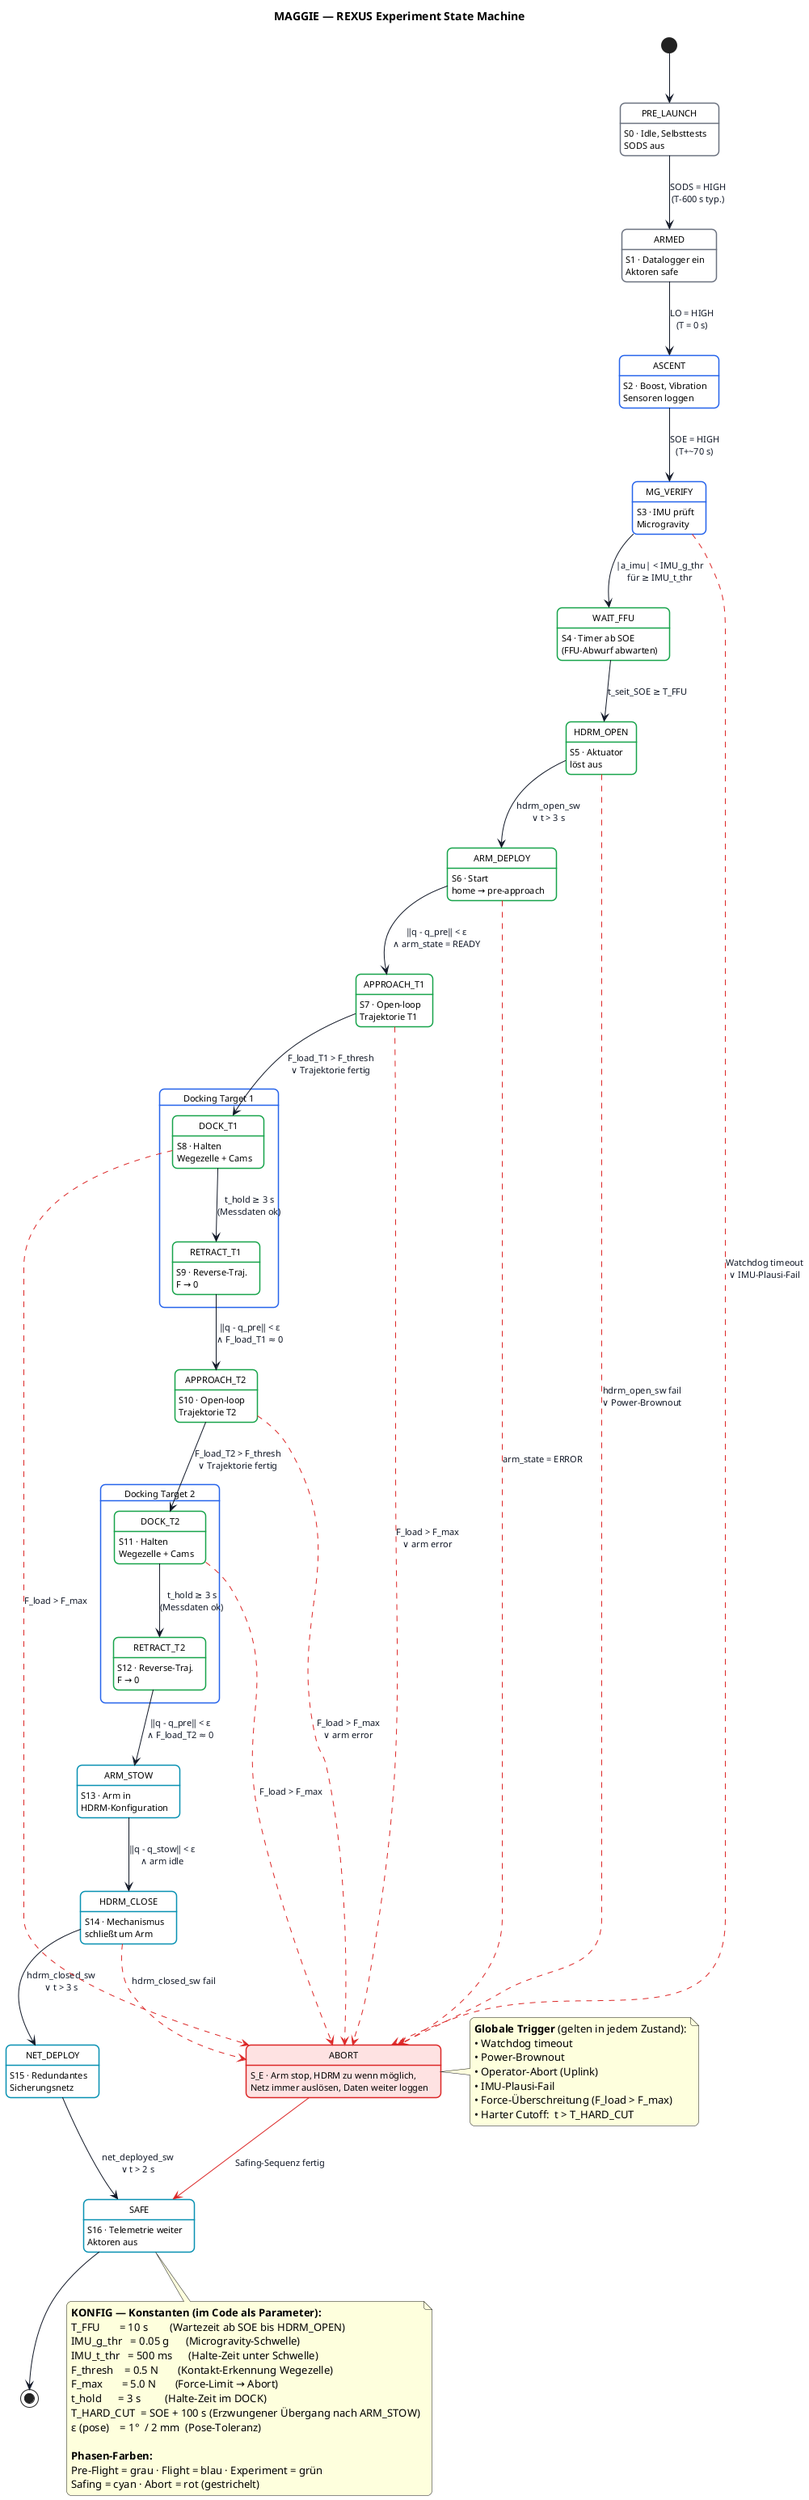
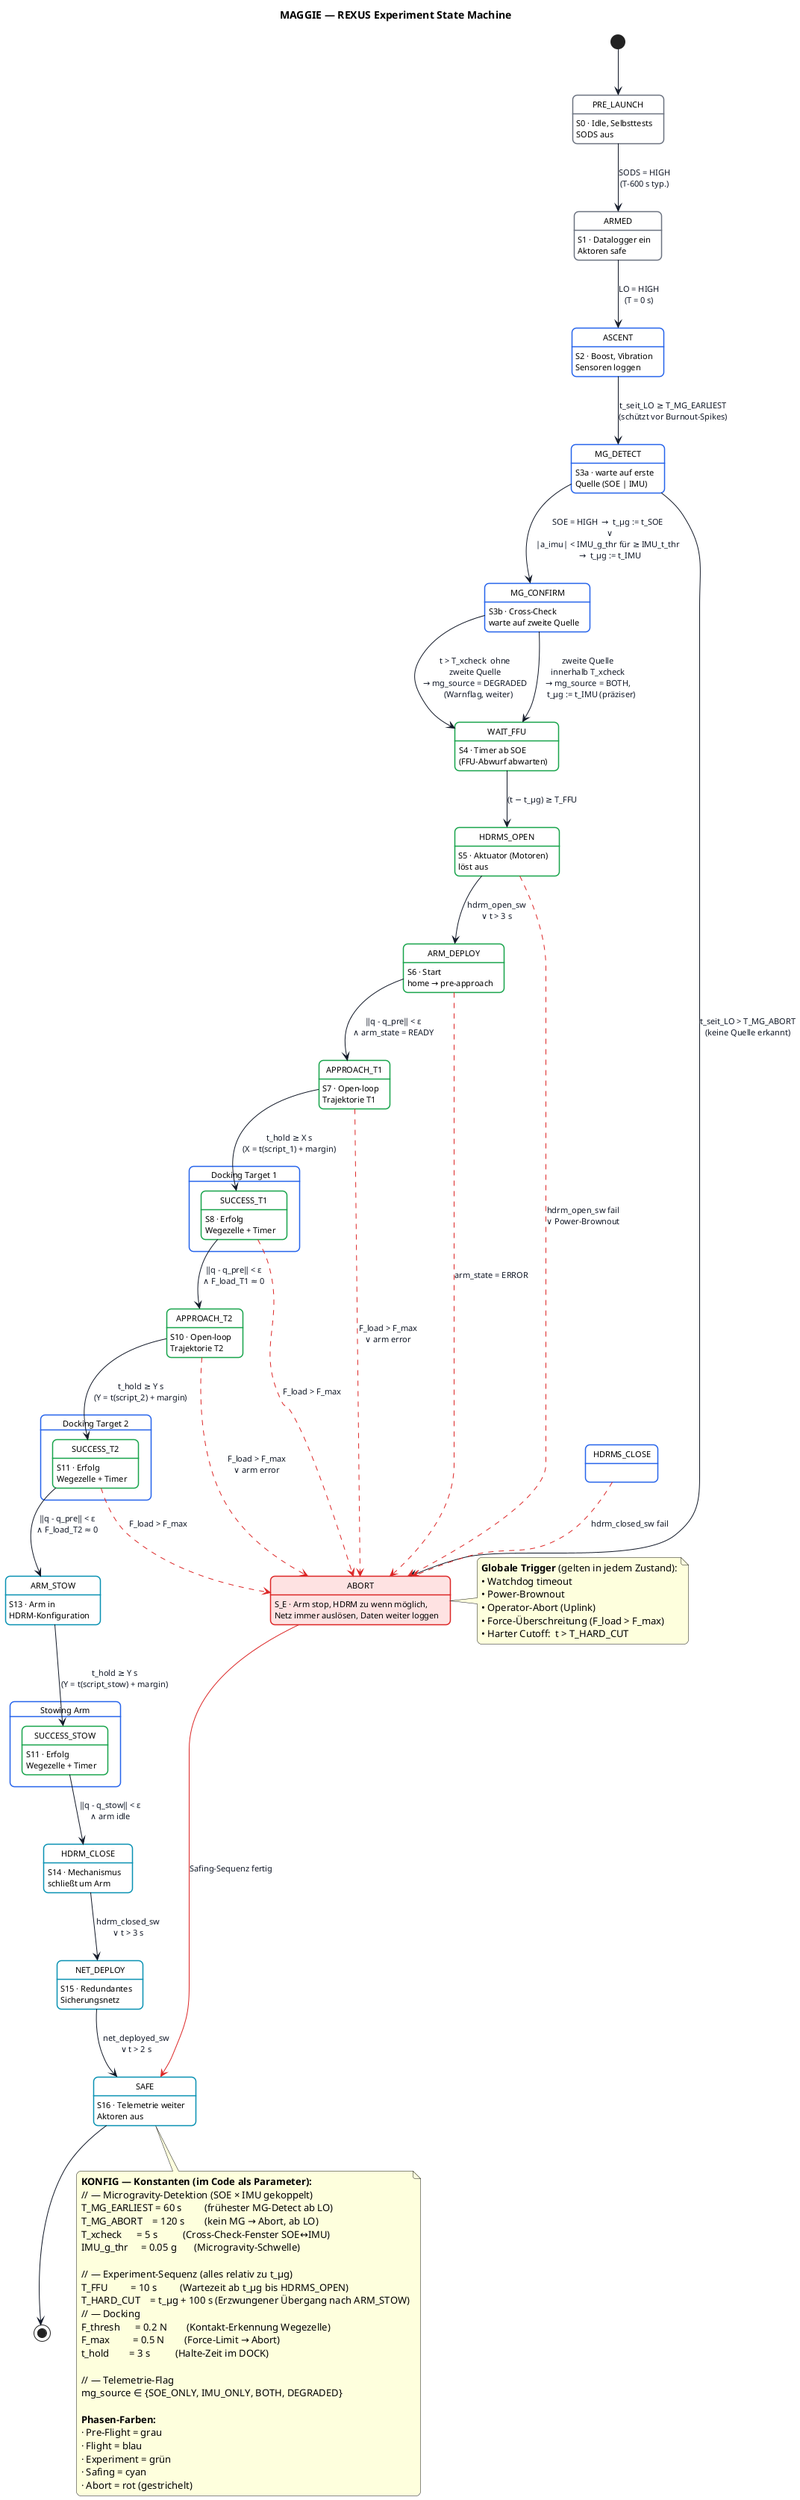
@startuml MAGGIE_RexusStateMachine
' ============================================================
'  MAGGIE — REXUS Experiment State Machine
'  Gecko-Docking, Open-Loop, Microgravity-Fenster ~120 s
'
'  Editieren:
'   - Zustände        : "state NAME <<phase>>" + Zeilen "NAME : text"
'   - Phasen-Farben   : skinparam-Block unten (Stereotypen <<pre>>,
'                       <<flight>>, <<exp>>, <<safe>>, <<abort>>)
'   - Übergänge       : Source --> Target : "Bedingung"
'   - Konstanten      : Note ganz unten (Single Source of Truth)
'   - Layout breit    : "left to right direction" einkommentieren
'
'  Rendern:
'   - VS Code   : Extension "PlantUML" (jebbs) + Java + Graphviz
'   - Online    : https://www.plantuml.com/plantuml/uml
'   - CLI       : plantuml maggie_state_machine.puml -tsvg
' ============================================================

title MAGGIE — REXUS Experiment State Machine

' ' left to right direction

' ---------- globales Styling ----------
skinparam shadowing false
skinparam roundCorner 12
skinparam state {
  FontName        "Helvetica"
  FontSize        13
  AttributeFontSize 11
  BorderThickness 1.5
  BackgroundColor White
  BorderColor     #2563eb
  ArrowColor      #111827
  ArrowFontSize   11
  ArrowFontColor  #111827
}

' ---------- Phasen-Farben über Stereotypen ----------
skinparam state {
  BorderColor<<pre>>      #6b7280
  BorderColor<<flight>>   #2563eb
  BorderColor<<exp>>      #16a34a
  BorderColor<<safe>>     #0891b2
  BorderColor<<abort>>    #dc2626
  BackgroundColor<<abort>> #FEE2E2
}

[*] --> PRE_LAUNCH

' ============================================================
'  Pre-Flight
' ============================================================
state PRE_LAUNCH <<pre>>
PRE_LAUNCH : S0 · Idle, Selbsttests
PRE_LAUNCH : SODS aus

state ARMED <<pre>>
ARMED : S1 · Datalogger ein
ARMED : Aktoren safe

PRE_LAUNCH --> ARMED  : SODS = HIGH\n(T-600 s typ.)
ARMED      --> ASCENT : LO = HIGH\n(T = 0 s)

' ============================================================
'  Flight
' ============================================================
state ASCENT <<flight>>
ASCENT : S2 · Boost, Vibration
ASCENT : Sensoren loggen

- state MG_VERIFY <<flight>>
- MG_VERIFY : S3 · IMU prüft
- MG_VERIFY : Microgravity
- 
- ASCENT    --> MG_VERIFY : SOE = HIGH\n(T+~70 s)
- MG_VERIFY --> WAIT_FFU  : |a_imu| < IMU_g_thr\nfür ≥ IMU_t_thr
+ ' MG-Detektion: SOE und IMU sind gekoppelte, redundante Quellen.
+ ' Wer zuerst feuert, setzt t_µg vorläufig. Die andere Quelle muss
+ ' innerhalb T_xcheck bestätigen. IMU-Timestamp ist physikalisch
+ ' präziser und überschreibt t_µg, sobald IMU bestätigt.
+ state MG_DETECT <<flight>>
+ MG_DETECT : S3a · warte auf erste
+ MG_DETECT : Quelle (SOE | IMU)
+ 
+ state MG_CONFIRM <<flight>>
+ MG_CONFIRM : S3b · Cross-Check
+ MG_CONFIRM : warte auf zweite Quelle
+ 
+ ASCENT     --> MG_DETECT  : t_seit_LO ≥ T_MG_EARLIEST\n(schützt vor Burnout-Spikes)
+ MG_DETECT  --> MG_CONFIRM : SOE = HIGH  →  t_µg := t_SOE\n  ∨\n|a_imu| < IMU_g_thr für ≥ IMU_t_thr\n  →  t_µg := t_IMU
+ MG_CONFIRM --> WAIT_FFU   : zweite Quelle\ninnerhalb T_xcheck\n→ mg_source = BOTH,\n   t_µg := t_IMU (präziser)
+ MG_CONFIRM --> WAIT_FFU   : t > T_xcheck  ohne\nzweite Quelle\n→ mg_source = DEGRADED\n   (Warnflag, weiter)
+ MG_DETECT  --> ABORT      : t_seit_LO > T_MG_ABORT\n(keine Quelle erkannt)

' ============================================================
'  Experiment
' ============================================================
state WAIT_FFU <<exp>>
WAIT_FFU : S4 · Timer ab SOE
WAIT_FFU : (FFU-Abwurf abwarten)

- state HDRM_OPEN <<exp>>
- HDRM_OPEN : S5 · Aktuator
- HDRM_OPEN : löst aus
+ state HDRMS_OPEN <<exp>>
+ HDRMS_OPEN : S5 · Aktuator (Motoren)
+ HDRMS_OPEN : löst aus

state ARM_DEPLOY <<exp>>
ARM_DEPLOY : S6 · Start
ARM_DEPLOY : home → pre-approach

- WAIT_FFU    --> HDRM_OPEN   : t_seit_SOE ≥ T_FFU
- HDRM_OPEN   --> ARM_DEPLOY  : hdrm_open_sw\n∨ t > 3 s
+ WAIT_FFU    --> HDRMS_OPEN   : (t − t_µg) ≥ T_FFU
+ HDRMS_OPEN   --> ARM_DEPLOY  : hdrm_open_sw\n∨ t > 3 s
ARM_DEPLOY  --> APPROACH_T1 : ‖q - q_pre‖ < ε\n∧ arm_state = READY

' ---------- Docking-Zyklus Target 1 ----------
state "Docking Target 1" as Dock1 {
  state APPROACH_T1 <<exp>>
  APPROACH_T1 : S7 · Open-loop
  APPROACH_T1 : Trajektorie T1

-   state DOCK_T1 <<exp>>
-   DOCK_T1 : S8 · Halten
-   DOCK_T1 : Wegezelle + Cams
- 
-   state RETRACT_T1 <<exp>>
-   RETRACT_T1 : S9 · Reverse-Traj.
-   RETRACT_T1 : F → 0
- 
-   APPROACH_T1 --> DOCK_T1    : F_load_T1 > F_thresh\n∨ Trajektorie fertig
-   DOCK_T1     --> RETRACT_T1 : t_hold ≥ 3 s\n(Messdaten ok)
- }
- 
- RETRACT_T1 --> APPROACH_T2 : ‖q - q_pre‖ < ε\n∧ F_load_T1 ≈ 0
+   state SUCCESS_T1 <<exp>>
+   SUCCESS_T1 : S8 · Erfolg
+   SUCCESS_T1 : Wegezelle + Timer
+ 
+   APPROACH_T1 --> SUCCESS_T1 : t_hold ≥ X s\n(X = t(script_1) + margin)
+ }
+ 
+ SUCCESS_T1 --> APPROACH_T2 : ‖q - q_pre‖ < ε\n∧ F_load_T1 ≈ 0

' ---------- Docking-Zyklus Target 2 ----------
state "Docking Target 2" as Dock2 {
  state APPROACH_T2 <<exp>>
  APPROACH_T2 : S10 · Open-loop
  APPROACH_T2 : Trajektorie T2

-   state DOCK_T2 <<exp>>
-   DOCK_T2 : S11 · Halten
-   DOCK_T2 : Wegezelle + Cams
- 
-   state RETRACT_T2 <<exp>>
-   RETRACT_T2 : S12 · Reverse-Traj.
-   RETRACT_T2 : F → 0
- 
-   APPROACH_T2 --> DOCK_T2    : F_load_T2 > F_thresh\n∨ Trajektorie fertig
-   DOCK_T2     --> RETRACT_T2 : t_hold ≥ 3 s\n(Messdaten ok)
- }
- 
- RETRACT_T2 --> ARM_STOW : ‖q - q_pre‖ < ε\n∧ F_load_T2 ≈ 0
+   state SUCCESS_T2 <<exp>>
+   SUCCESS_T2 : S11 · Erfolg
+   SUCCESS_T2 : Wegezelle + Timer
+ 
+   APPROACH_T2 --> SUCCESS_T2 : t_hold ≥ Y s\n(Y = t(script_2) + margin)
+ }
+ 
+ SUCCESS_T2 --> ARM_STOW : ‖q - q_pre‖ < ε\n∧ F_load_T2 ≈ 0

' ============================================================
'  Safing
' ============================================================
- state ARM_STOW <<safe>>
- ARM_STOW : S13 · Arm in
- ARM_STOW : HDRM-Konfiguration
- 
+ state "Stowing Arm" as Stow1 {
+   state ARM_STOW <<safe>>
+   ARM_STOW : S13 · Arm in
+   ARM_STOW : HDRM-Konfiguration
+ 
+   state SUCCESS_STOW <<exp>>
+   SUCCESS_STOW : S11 · Erfolg
+   SUCCESS_STOW : Wegezelle + Timer
+ 
+   ARM_STOW --> SUCCESS_STOW : t_hold ≥ Y s\n(Y = t(script_stow) + margin)
+ }
state HDRM_CLOSE <<safe>>
HDRM_CLOSE : S14 · Mechanismus
HDRM_CLOSE : schließt um Arm

state NET_DEPLOY <<safe>>
NET_DEPLOY : S15 · Redundantes
NET_DEPLOY : Sicherungsnetz

state SAFE <<safe>>
SAFE : S16 · Telemetrie weiter
SAFE : Aktoren aus

- ARM_STOW   --> HDRM_CLOSE : ‖q - q_stow‖ < ε\n∧ arm idle
+ SUCCESS_STOW --> HDRM_CLOSE : ‖q - q_stow‖ < ε\n∧ arm idle
HDRM_CLOSE --> NET_DEPLOY : hdrm_closed_sw\n∨ t > 3 s
NET_DEPLOY --> SAFE       : net_deployed_sw\n∨ t > 2 s
SAFE       --> [*]

' ============================================================
'  Abort-Pfad — erreichbar aus jedem Zustand
' ============================================================
state ABORT <<abort>>
ABORT : S_E · Arm stop, HDRM zu wenn möglich,
ABORT : Netz immer auslösen, Daten weiter loggen

- MG_VERIFY    -[#dc2626,dashed]-> ABORT : Watchdog timeout\n∨ IMU-Plausi-Fail
- HDRM_OPEN    -[#dc2626,dashed]-> ABORT : hdrm_open_sw fail\n∨ Power-Brownout
+ HDRMS_OPEN    -[#dc2626,dashed]-> ABORT : hdrm_open_sw fail\n∨ Power-Brownout
ARM_DEPLOY   -[#dc2626,dashed]-> ABORT : arm_state = ERROR
APPROACH_T1  -[#dc2626,dashed]-> ABORT : F_load > F_max\n∨ arm error
- DOCK_T1      -[#dc2626,dashed]-> ABORT : F_load > F_max
+ SUCCESS_T1      -[#dc2626,dashed]-> ABORT : F_load > F_max
APPROACH_T2  -[#dc2626,dashed]-> ABORT : F_load > F_max\n∨ arm error
- DOCK_T2      -[#dc2626,dashed]-> ABORT : F_load > F_max
- HDRM_CLOSE   -[#dc2626,dashed]-> ABORT : hdrm_closed_sw fail
+ SUCCESS_T2      -[#dc2626,dashed]-> ABORT : F_load > F_max
+ HDRMS_CLOSE   -[#dc2626,dashed]-> ABORT : hdrm_closed_sw fail
ABORT        -[#dc2626]->        SAFE  : Safing-Sequenz fertig

note right of ABORT
  **Globale Trigger** (gelten in jedem Zustand):
  • Watchdog timeout
  • Power-Brownout
  • Operator-Abort (Uplink)
-   • IMU-Plausi-Fail
  • Force-Überschreitung (F_load > F_max)
  • Harter Cutoff:  t > T_HARD_CUT
end note

' ============================================================
'  Konfiguration / Konstanten  (Single Source of Truth)
' ============================================================
note bottom of SAFE
  **KONFIG — Konstanten (im Code als Parameter):**
-   T_FFU       = 10 s        (Wartezeit ab SOE bis HDRM_OPEN)
-   IMU_g_thr   = 0.05 g      (Microgravity-Schwelle)
-   IMU_t_thr   = 500 ms      (Halte-Zeit unter Schwelle)
-   F_thresh    = 0.5 N       (Kontakt-Erkennung Wegezelle)
-   F_max       = 5.0 N       (Force-Limit → Abort)
-   t_hold      = 3 s         (Halte-Zeit im DOCK)
-   T_HARD_CUT  = SOE + 100 s (Erzwungener Übergang nach ARM_STOW)
-   ε (pose)    = 1°  / 2 mm  (Pose-Toleranz)
+   // — Microgravity-Detektion (SOE × IMU gekoppelt)
+   T_MG_EARLIEST = 60 s         (frühester MG-Detect ab LO)
+   T_MG_ABORT    = 120 s        (kein MG → Abort, ab LO)
+   T_xcheck      = 5 s          (Cross-Check-Fenster SOE↔IMU)
+   IMU_g_thr     = 0.05 g       (Microgravity-Schwelle)
+ 
+   // — Experiment-Sequenz (alles relativ zu t_µg)
+   T_FFU         = 10 s         (Wartezeit ab t_µg bis HDRMS_OPEN)
+   T_HARD_CUT    = t_µg + 100 s (Erzwungener Übergang nach ARM_STOW)
+   // — Docking
+   F_thresh      = 0.2 N        (Kontakt-Erkennung Wegezelle)
+   F_max         = 0.5 N        (Force-Limit → Abort)
+   t_hold        = 3 s          (Halte-Zeit im DOCK)
+ 
+   // — Telemetrie-Flag
+   mg_source ∈ {SOE_ONLY, IMU_ONLY, BOTH, DEGRADED}

  **Phasen-Farben:**
-   Pre-Flight = grau · Flight = blau · Experiment = grün
-   Safing = cyan · Abort = rot (gestrichelt)
+   · Pre-Flight = grau
+   · Flight = blau
+   · Experiment = grün
+   · Safing = cyan
+   · Abort = rot (gestrichelt)
end note

@enduml
